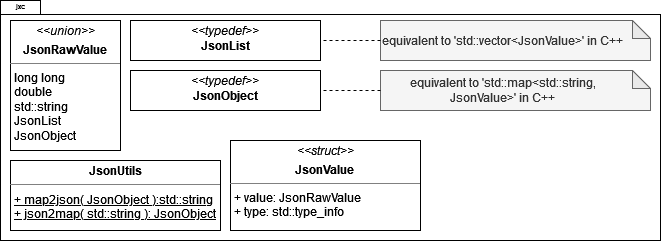
Before: docs/uml.png, a diagram exported from draw.io (mwhicks-dev/JsonXChange). Source tidied: cells renumbered, new cells last; positions are measured from the earlier drawing's top-left corner, leaving out a move shared by most shapes.
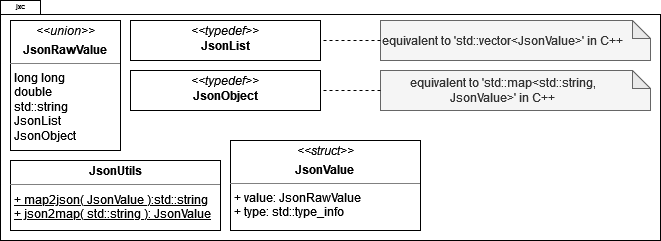
Above is the later version.

Commit message:
UML - JsonUtils members work with JsonValue

Diff of the diagram source:
```diff
@@ -32,7 +32,7 @@
     <mxCell id="11" style="endArrow=none;dashed=1;html=1;rounded=0;" parent="1" edge="1" source="9" target="7">
       <mxGeometry relative="1" as="geometry" />
     </mxCell>
-    <mxCell id="12" value="&lt;p style=&quot;margin:0px;margin-top:4px;text-align:center;&quot;&gt;&lt;b&gt;JsonUtils&lt;/b&gt;&lt;/p&gt;&lt;hr size=&quot;1&quot;&gt;&lt;p style=&quot;margin:0px;margin-left:4px;&quot;&gt;&lt;u&gt;+ map2json( JsonObject ):std::string&lt;/u&gt;&lt;/p&gt;&lt;p style=&quot;margin:0px;margin-left:4px;&quot;&gt;&lt;u&gt;+ json2map( std::string ): JsonObject&lt;/u&gt;&lt;br&gt;&lt;/p&gt;" style="verticalAlign=top;align=left;overflow=fill;fontSize=12;fontFamily=Helvetica;html=1;whiteSpace=wrap;" parent="1" vertex="1">
+    <mxCell id="12" value="&lt;p style=&quot;margin:0px;margin-top:4px;text-align:center;&quot;&gt;&lt;b&gt;JsonUtils&lt;/b&gt;&lt;/p&gt;&lt;hr size=&quot;1&quot;&gt;&lt;p style=&quot;margin:0px;margin-left:4px;&quot;&gt;&lt;u&gt;+ map2json( JsonValue ):std::string&lt;/u&gt;&lt;/p&gt;&lt;p style=&quot;margin:0px;margin-left:4px;&quot;&gt;&lt;u&gt;+ json2map( std::string ): JsonValue&lt;/u&gt;&lt;br&gt;&lt;/p&gt;" style="verticalAlign=top;align=left;overflow=fill;fontSize=12;fontFamily=Helvetica;html=1;whiteSpace=wrap;" parent="1" vertex="1">
       <mxGeometry x="10" y="160" width="210" height="70" as="geometry" />
     </mxCell>
   </root>
```
